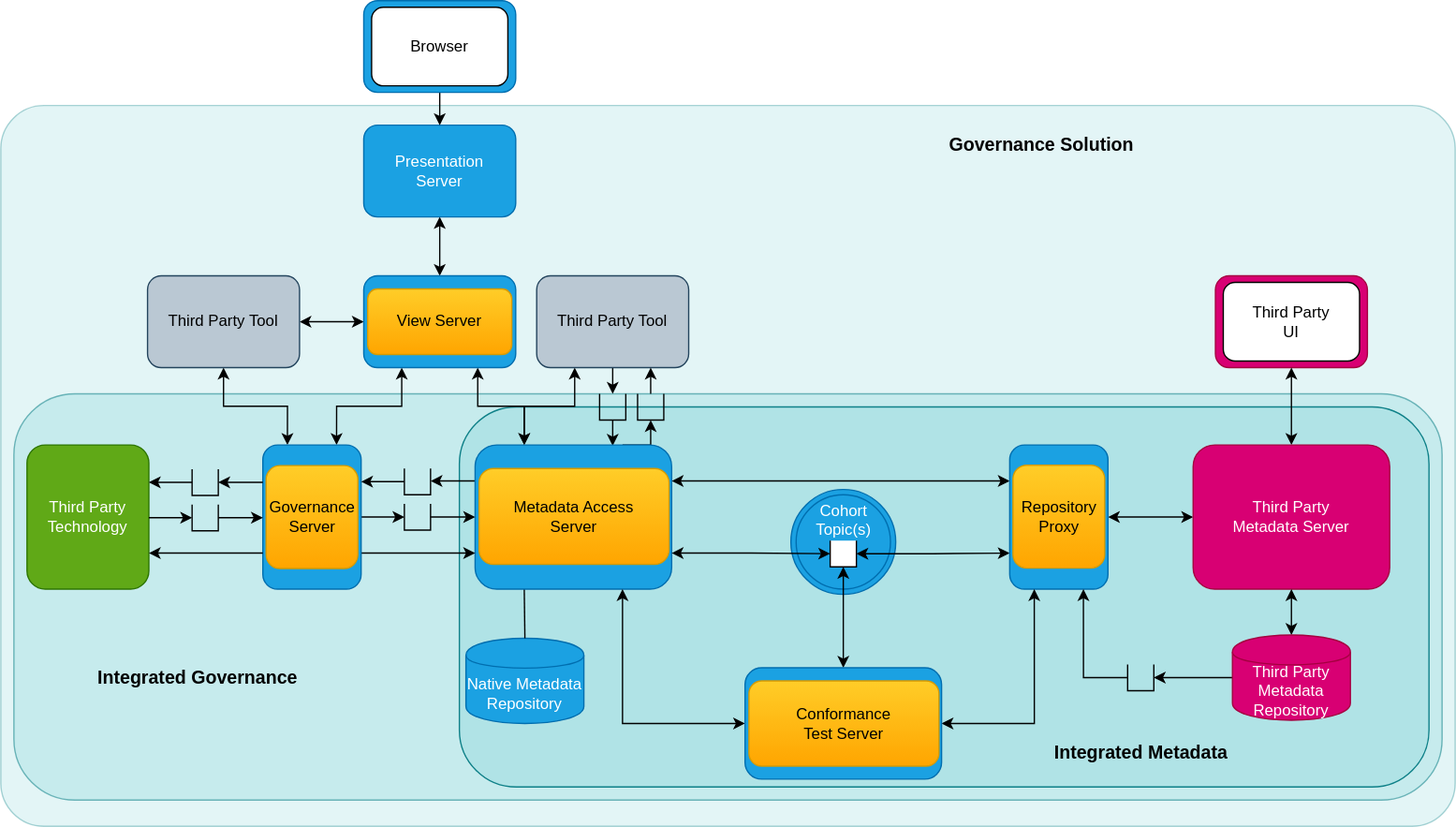
Earlier version of the draw.io export site/docs/introduction/egeria-solution-components.svg (odpi/egeria-docs). Source tidied: cells renumbered, new cells last; positions are measured from the earlier drawing's top-left corner, leaving out a move shared by most shapes.
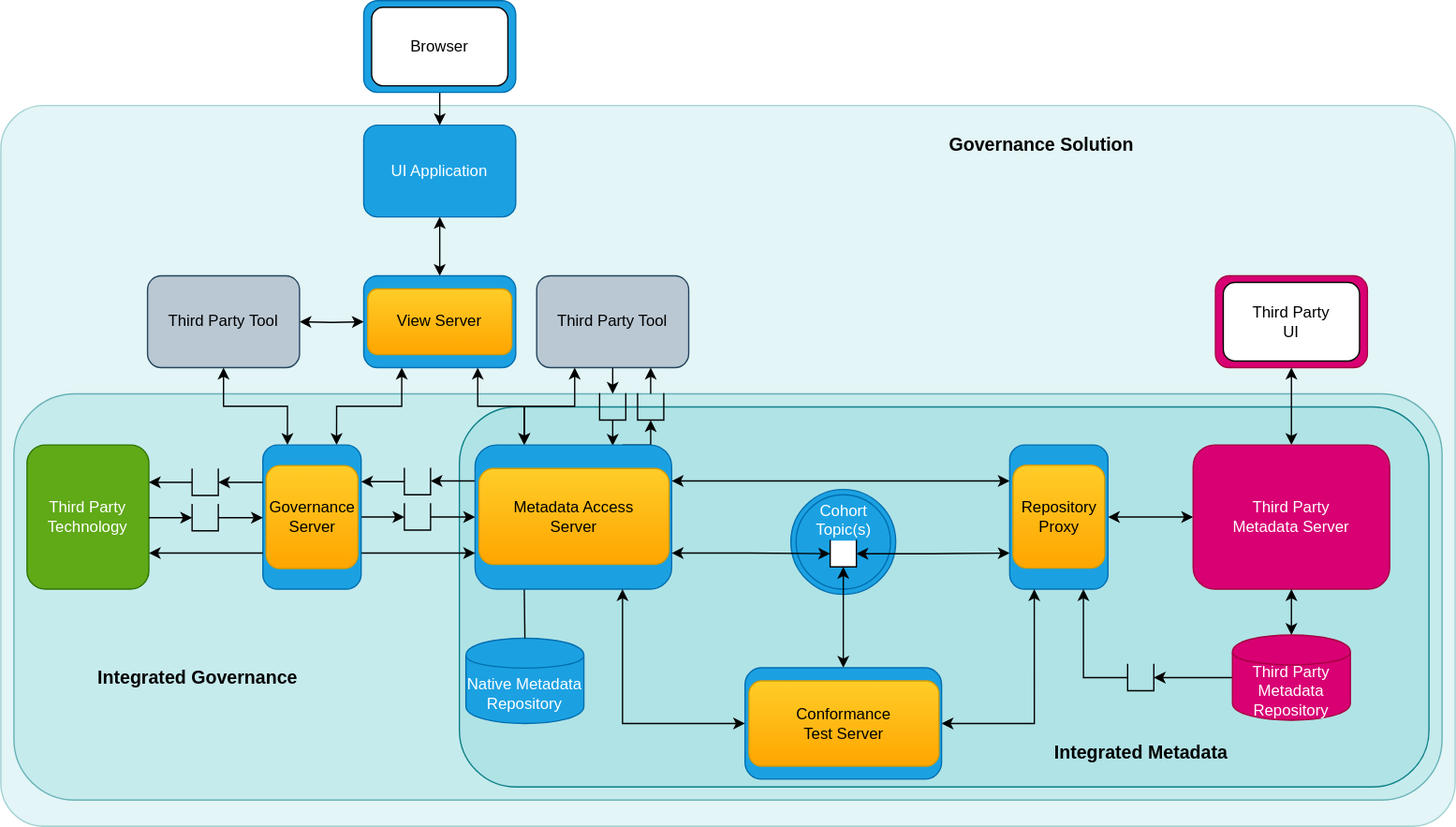
Above is the later version.

The edit, as a diff of the source:
```diff
@@ -20,7 +20,7 @@
     <mxCell id="7" style="edgeStyle=orthogonalEdgeStyle;rounded=0;jettySize=auto;html=1;exitX=0.5;exitY=1;exitDx=0;exitDy=0;entryX=0.5;entryY=0;entryDx=0;entryDy=0;startArrow=classic;startFill=1;" parent="1" edge="1" source="8" target="63">
       <mxGeometry relative="1" as="geometry" />
     </mxCell>
-    <mxCell id="8" value="Presentation&lt;br&gt;Server" style="rounded=1;whiteSpace=wrap;html=1;fillColor=#1ba1e2;strokeColor=#006EAF;fontColor=#ffffff;" parent="1" vertex="1">
+    <mxCell id="8" value="UI Application" style="rounded=1;whiteSpace=wrap;html=1;fillColor=#1ba1e2;strokeColor=#006EAF;fontColor=#ffffff;" parent="1" vertex="1">
       <mxGeometry x="277" y="95" width="116" height="70" as="geometry" />
     </mxCell>
     <mxCell id="9" value="Native Metadata&lt;br&gt;Repository" style="shape=cylinder;whiteSpace=wrap;html=1;boundedLbl=1;backgroundOutline=1;fillColor=#1ba1e2;strokeColor=#006EAF;fontColor=#ffffff;" parent="1" vertex="1">
```
